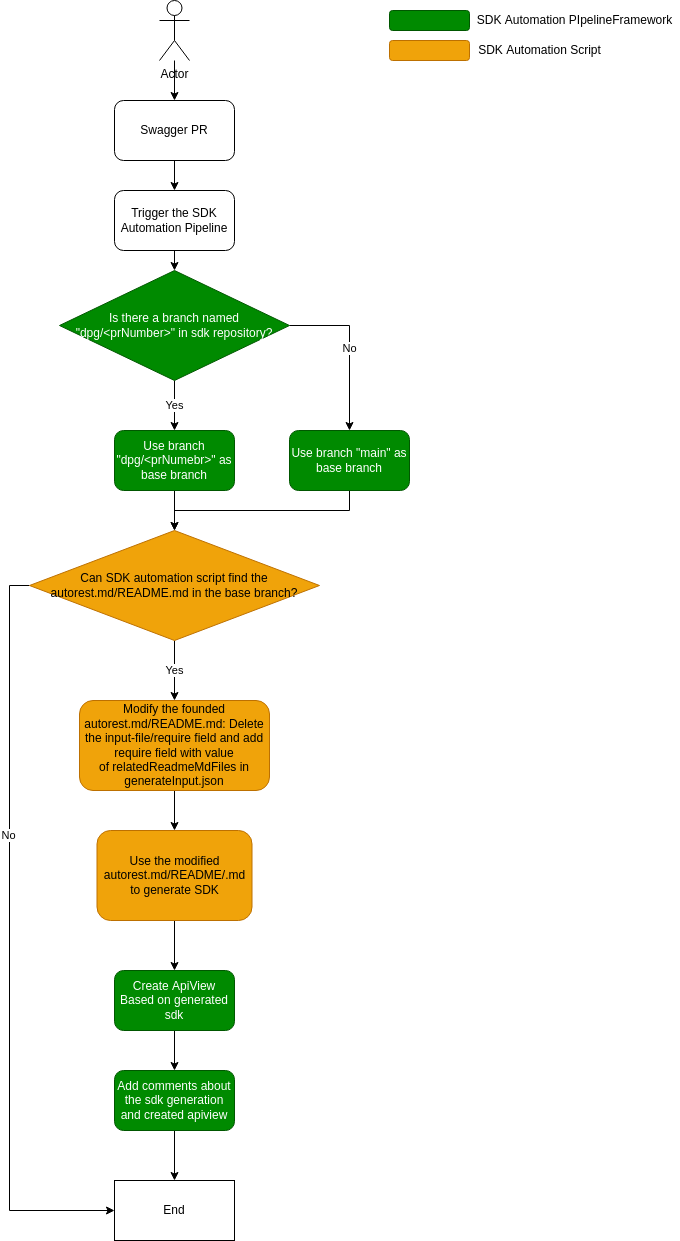
Earlier version of the draw.io export documentation/onboard-dpg-in-sdkautomation/integrate-dpg-and-apiview.png (Azure/azure-rest-api-specs). Source tidied: cells renumbered, new cells last; positions are measured from the earlier drawing's top-left corner, leaving out a move shared by most shapes.
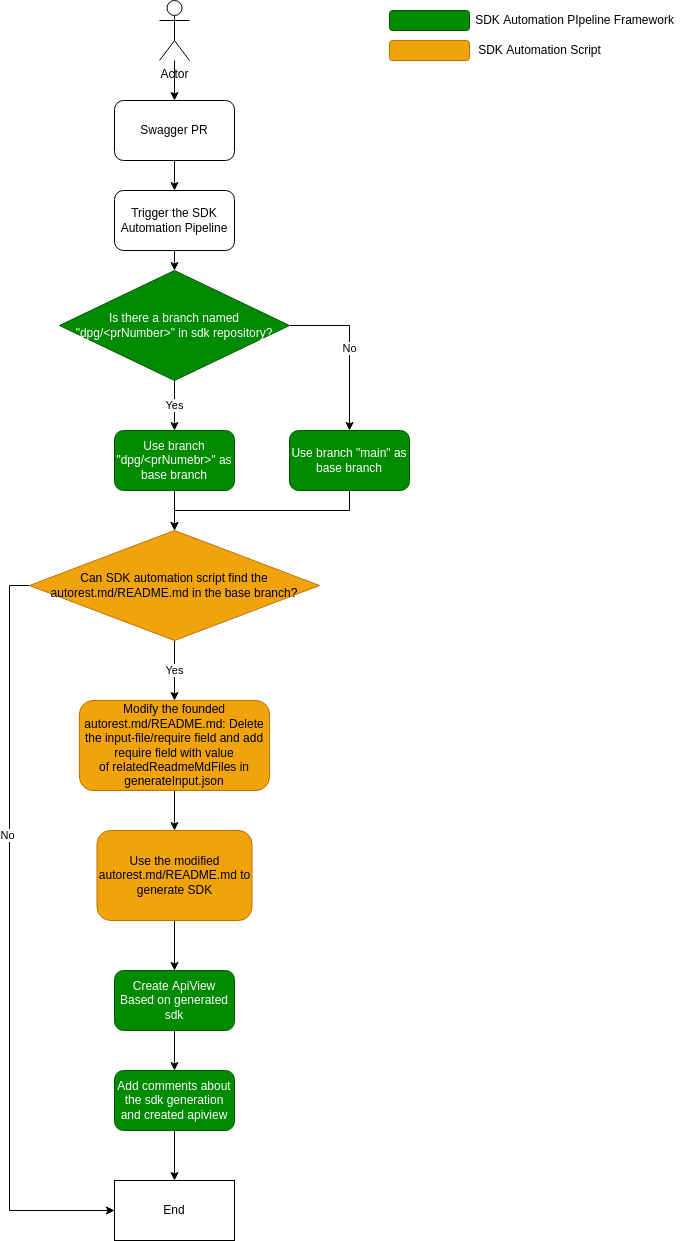
The same file after the commit.

Diff of the diagram source:
```diff
@@ -65,7 +65,7 @@
     <mxCell id="22" style="edgeStyle=orthogonalEdgeStyle;rounded=0;jettySize=auto;html=1;exitX=0.5;exitY=1;exitDx=0;exitDy=0;" parent="1" edge="1" source="23" target="25">
       <mxGeometry relative="1" as="geometry" />
     </mxCell>
-    <mxCell id="23" value="Use the modified autorest.md/README/.md to generate SDK" style="rounded=1;whiteSpace=wrap;html=1;fillColor=#f0a30a;fontColor=#000000;strokeColor=#BD7000;" parent="1" vertex="1">
+    <mxCell id="23" value="Use the modified autorest.md/README.md to generate SDK" style="rounded=1;whiteSpace=wrap;html=1;fillColor=#f0a30a;fontColor=#000000;strokeColor=#BD7000;" parent="1" vertex="1">
       <mxGeometry x="67.5" y="830" width="155" height="90" as="geometry" />
     </mxCell>
     <mxCell id="24" style="edgeStyle=orthogonalEdgeStyle;rounded=0;jettySize=auto;html=1;exitX=0.5;exitY=1;exitDx=0;exitDy=0;" parent="1" edge="1" source="25" target="27">
@@ -83,7 +83,7 @@
     <mxCell id="28" style="rounded=1;whiteSpace=wrap;html=1;fillColor=#008a00;fontColor=#ffffff;strokeColor=#005700;" parent="1" vertex="1">
       <mxGeometry x="360" y="10" width="80" height="20" as="geometry" />
     </mxCell>
-    <mxCell id="29" value="SDK Automation PIpelineFramework" style="text;html=1;align=center;verticalAlign=middle;strokeColor=none;fillColor=none;" parent="1" vertex="1">
+    <mxCell id="29" value="SDK Automation PIpeline Framework" style="text;html=1;align=center;verticalAlign=middle;strokeColor=none;fillColor=none;" parent="1" vertex="1">
       <mxGeometry x="440" y="10" width="210" height="20" as="geometry" />
     </mxCell>
     <mxCell id="30" style="rounded=1;whiteSpace=wrap;html=1;fillColor=#f0a30a;fontColor=#000000;strokeColor=#BD7000;" parent="1" vertex="1">
```
